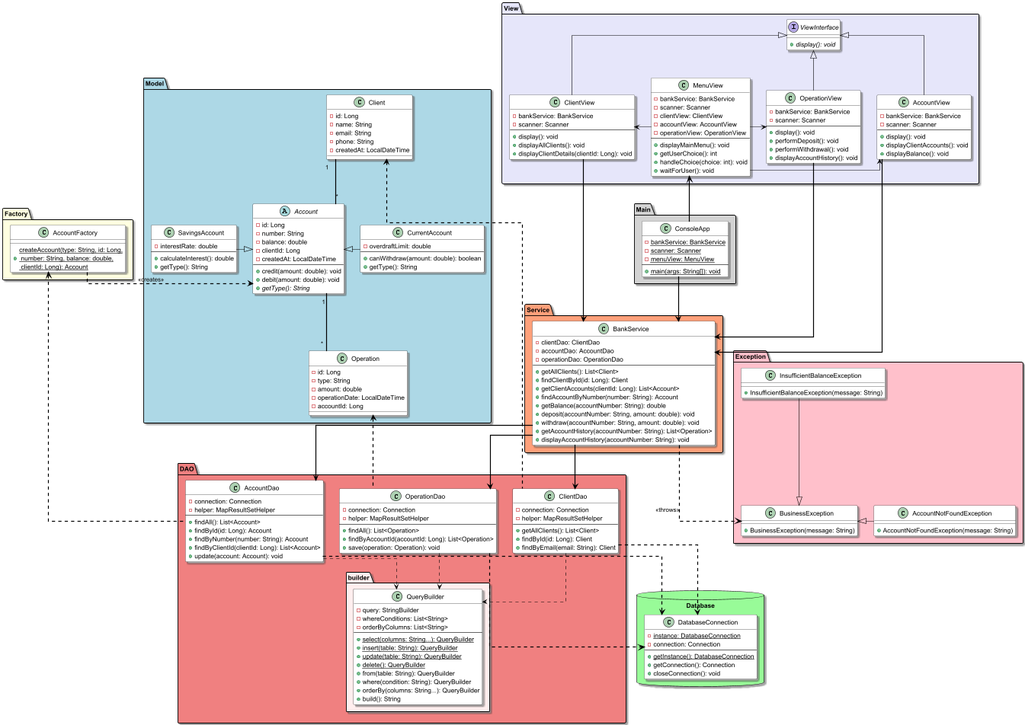
This is docs/Class/TP_Bank_v2.png from john7440/Tp-Bank-Design-Pattern, a PlantUML export, as it was before one commit. The source it was exported from:
```plantuml
@startuml TP_Bank

hide stereotype
skinparam shadowing true
skinparam linetype ortho

skinparam package {
    BackgroundColor PaleGreen
    BorderColor Black
    FontStyle bold
}
skinparam package {
    BackgroundColor<<model>> LightBlue
    BackgroundColor<<database>> LightGreen
    BackgroundColor<<factory>> LightYellow
    BackgroundColor<<dao>> LightCoral
    BackgroundColor<<service>> LightSalmon
    BackgroundColor<<exception>> Pink
    BackgroundColor<<view>> Lavender
    BackgroundColor<<main>> LightGray
}

skinparam class {
    BackgroundColor White
    BorderColor Black
    ArrowColor Black
}

package "Model" <<Model>>{
    class Client {
        - id: Long
        - name: String
        - email: String
        - phone: String
        - createdAt: LocalDateTime
    }

    abstract class Account {
        - id: Long
        - number: String
        - balance: double
        - clientId: Long
        - createdAt: LocalDateTime
        --
        + credit(amount: double): void
        + debit(amount: double): void
        + {abstract} getType(): String
    }

    class CurrentAccount {
        - overdraftLimit: double
        --
        + canWithdraw(amount: double): boolean
        + getType(): String
    }

    class SavingsAccount {
        - interestRate: double
        --
        + calculateInterest(): double
        + getType(): String
    }

    class Operation {
        - id: Long
        - type: String
        - amount: double
        - operationDate: LocalDateTime
        - accountId: Long
    }

    Client "1  " -down[bold]- "*" Account
    Account "1  " -[bold]- "*" Operation
    CurrentAccount -left-|> Account
    SavingsAccount -right-|> Account
}

package "Database" <<database>> {
    class DatabaseConnection <<Singleton>> {
        - {static} instance: DatabaseConnection
        - connection: Connection
        --
        + {static} getInstance(): DatabaseConnection
        + getConnection(): Connection
        + closeConnection(): void
    }
}

package "Factory" <<factory>> {
    class AccountFactory {
        + {static} createAccount(type: String, id: Long,\n number: String, balance: double,\n clientId: Long): Account
    }
}

AccountFactory .right[bold,dashed,thickness=2].> Account : <<creates>>


package "DAO" <<dao>> {

    package "builder" #FFEEEE {
        class QueryBuilder {
            - query: StringBuilder
            - whereConditions: List<String>
            - orderByColumns: List<String>
            --
            + {static} select(columns: String...): QueryBuilder
            + {static} insert(table: String): QueryBuilder
            + {static} update(table: String): QueryBuilder
            + {static} delete(): QueryBuilder
            + from(table: String): QueryBuilder
            + where(condition: String): QueryBuilder
            + orderBy(columns: String...): QueryBuilder
            + build(): String
        }
    }

    class ClientDao {
        - connection: Connection
        - helper: MapResultSetHelper
        --
        + getAllClients(): List<Client>
        + findById(id: Long): Client
        + findByEmail(email: String): Client
    }

    class AccountDao {
        - connection: Connection
        - helper: MapResultSetHelper
        --
        + findAll(): List<Account>
        + findById(id: Long): Account
        + findByNumber(number: String): Account
        + findByClientId(clientId: Long): List<Account>
        + update(account: Account): void
    }

    class OperationDao {
        - connection: Connection
        - helper: MapResultSetHelper
        --
        + findAll(): List<Operation>
        + findByAccountId(accountId: Long): List<Operation>
        + save(operation: Operation): void
    }
}

ClientDao .right[bold,dashed,thickness=2].> DatabaseConnection
ClientDao ..> QueryBuilder
ClientDao .up[bold,dashed,thickness=2].> Client

AccountDao .right[bold,dashed,thickness=2].> DatabaseConnection
AccountDao .down.> QueryBuilder
AccountDao .left[bold,dashed,thickness=2].> AccountFactory

OperationDao .[bold,dashed,thickness=2].> DatabaseConnection
OperationDao .down.> QueryBuilder
OperationDao .up[bold,dashed,thickness=2].> Operation


package "Service" <<service>> {
    class BankService {
        - clientDao: ClientDao
        - accountDao: AccountDao
        - operationDao: OperationDao
        --
        + getAllClients(): List<Client>
        + findClientById(id: Long): Client
        + getClientAccounts(clientId: Long): List<Account>
        + findAccountByNumber(number: String): Account
        + getBalance(accountNumber: String): double
        + deposit(accountNumber: String, amount: double): void
        + withdraw(accountNumber: String, amount: double): void
        + getAccountHistory(accountNumber: String): List<Operation>
        + displayAccountHistory(accountNumber: String): void
    }
}

BankService -[bold]-> ClientDao
BankService -[bold]-> AccountDao
BankService -[bold]-> OperationDao


package "Exception" <<exception>> {
    class BusinessException {
        + BusinessException(message: String)
    }

    class AccountNotFoundException {
        + AccountNotFoundException(message: String)
    }

    class InsufficientBalanceException {
        + InsufficientBalanceException(message: String)
    }

    AccountNotFoundException -left|> BusinessException
    InsufficientBalanceException --|> BusinessException
}

BankService .[bold,dashed,thickness=2].> BusinessException : <<throws>>

package "View" <<view>> {

    interface ViewInterface {
        + {abstract} display(): void
    }

    class ClientView {
        - bankService: BankService
        - scanner: Scanner
        --
        + display(): void
        + displayAllClients(): void
        + displayClientDetails(clientId: Long): void
    }

    class AccountView {
        - bankService: BankService
        - scanner: Scanner
        --
        + display(): void
        + displayClientAccounts(): void
        + displayBalance(): void
    }

    class OperationView {
        - bankService: BankService
        - scanner: Scanner
        --
        + display(): void
        + performDeposit(): void
        + performWithdrawal(): void
        + displayAccountHistory(): void
    }

    class MenuView {
        - bankService: BankService
        - scanner: Scanner
        - clientView: ClientView
        - accountView: AccountView
        - operationView: OperationView
        --
        + displayMainMenu(): void
        + getUserChoice(): int
        + handleChoice(choice: int): void
        + waitForUser(): void
    }
}

ClientView -up-|> ViewInterface
AccountView -up-|> ViewInterface
OperationView -up-|> ViewInterface

MenuView -left-> ClientView
MenuView -left-> AccountView
MenuView -left-> OperationView

ClientView -[bold]-> BankService
AccountView -[bold]-> BankService
OperationView -[bold]-> BankService

package "Main" <<main>> {
    class ConsoleApp <<Application>> {
        - {static} bankService: BankService
        - {static} scanner: Scanner
        - {static} menuView: MenuView
        --
        + {static} main(args: String[]): void
    }
}

ConsoleApp -up[bold]-> MenuView
ConsoleApp -down[bold]-> BankService


@enduml
```
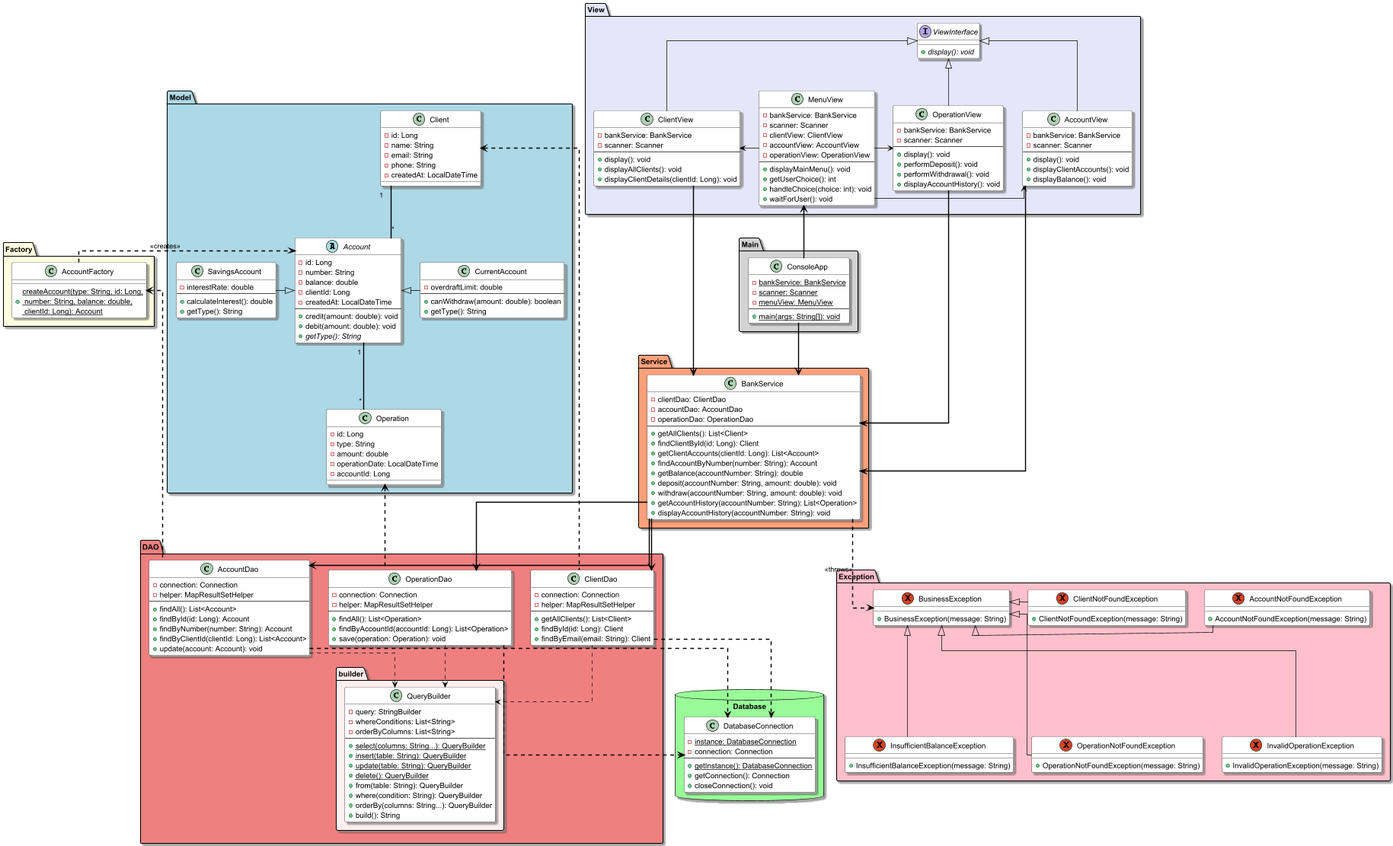
After the change.

Diff of the diagram source:
```diff
@@ -181,20 +181,36 @@
 
 
 package "Exception" <<exception>> {
-    class BusinessException {
+    exception BusinessException {
         + BusinessException(message: String)
     }
 
-    class AccountNotFoundException {
+    exception AccountNotFoundException {
         + AccountNotFoundException(message: String)
     }
 
-    class InsufficientBalanceException {
+    exception InsufficientBalanceException {
         + InsufficientBalanceException(message: String)
     }
 
+    exception ClientNotFoundException{
+        + ClientNotFoundException(message: String)
+    }
+
+    exception OperationNotFoundException {
+        + OperationNotFoundException(message: String)
+    }
+
+    exception InvalidOperationException{
+        + InvalidOperationException(message: String)
+    }
+
     AccountNotFoundException -left|> BusinessException
-    InsufficientBalanceException --|> BusinessException
+    ClientNotFoundException -left-|> BusinessException
+    InsufficientBalanceException -up-|> BusinessException
+    OperationNotFoundException -up-|> BusinessException
+    InvalidOperationException -up-|> BusinessException
+
 }
 
 BankService .[bold,dashed,thickness=2].> BusinessException : <<throws>>
```
